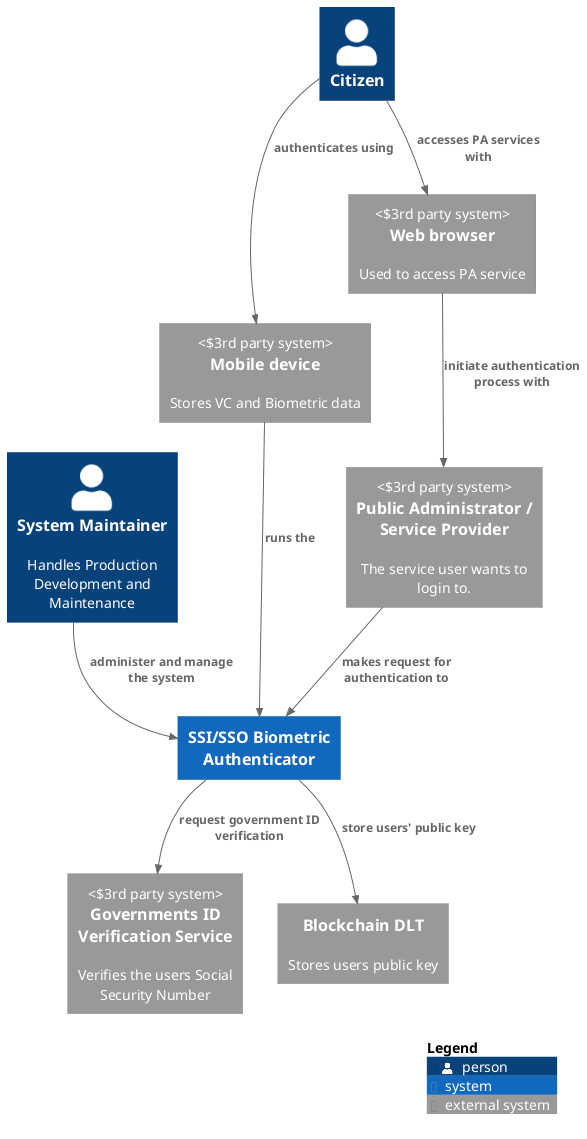
The PlantUML diagram images/ContextDiagram.png in Dorfultariant/Architecture_Diagrams, before a commit.
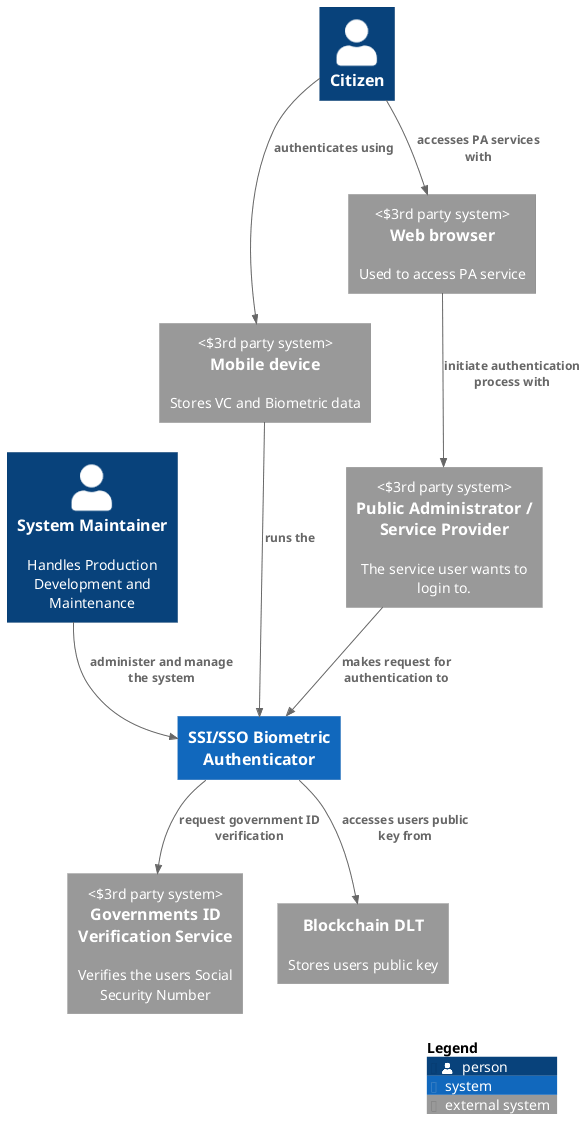
After the commit.

Diff of the diagram source:
```diff
@@ -16,7 +16,7 @@
 Rel(personCitizen, externalWeb, "accesses PA services with")
 
 Rel(systemCore, externalIDIssuer, "request government ID verification")
-Rel(systemCore, externalDLT, "store users' public key")
+Rel(systemCore, externalDLT, "accesses users public key from")
 
 Rel(externalMobile, systemCore, "runs the")
 
```
